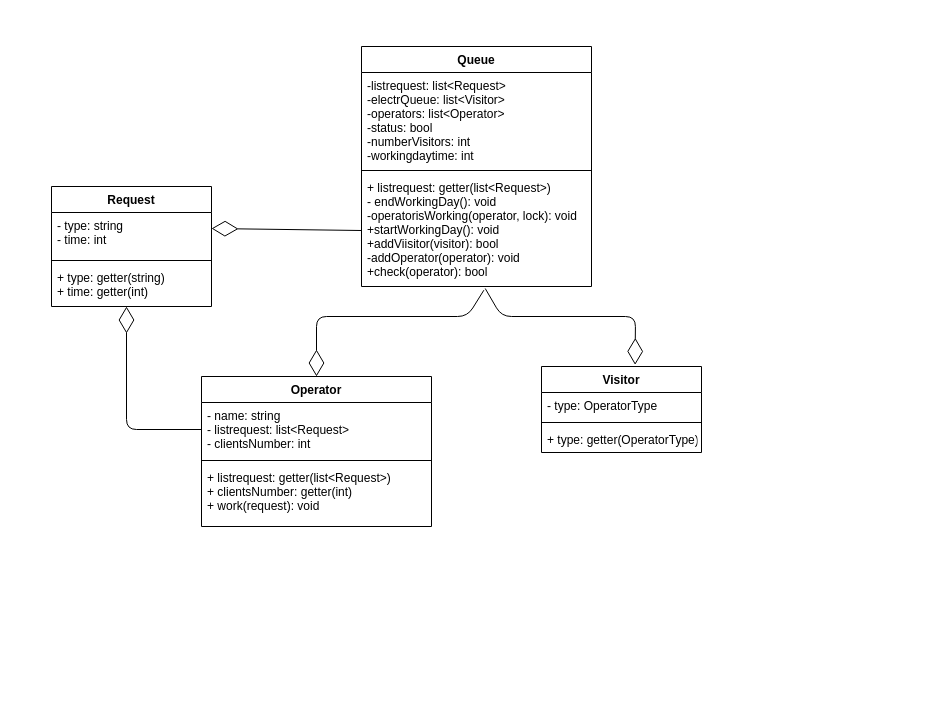
Earlier version of the draw.io diagram 3/draw.drawio (Gremlinden/OOP). Source tidied: cells renumbered, new cells numbered last; positions are measured from the earlier drawing's top-left corner, leaving out a move shared by most shapes. Both pictures are drawn from the tidied source at 100%, with x=0, y=0 at pixel (51, 46).
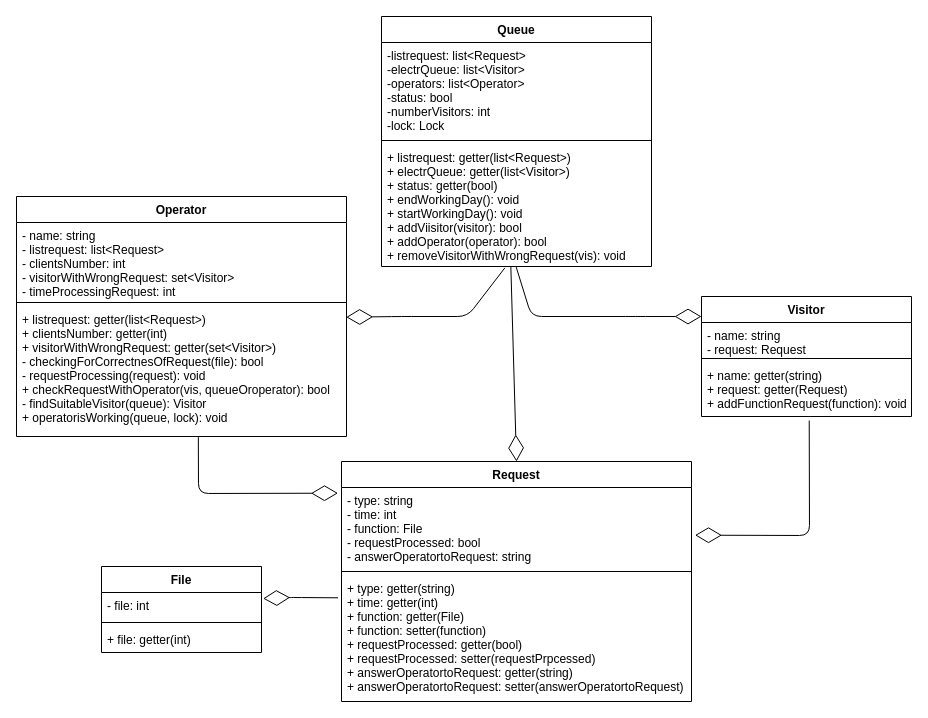
The same page after the edit.

Diff of the diagram source:
```diff
@@
     <mxCell id="2" value="Queue" style="swimlane;fontStyle=1;align=center;verticalAlign=top;horizontal=1;startSize=26;" parent="1" vertex="1">
-      <mxGeometry x="310" width="230" height="240" as="geometry" />
+      <mxGeometry x="330" y="-30" width="270" height="250" as="geometry" />
     </mxCell>
-    <mxCell id="3" value="-listrequest: list&lt;Request&gt;&#10;-electrQueue: list&lt;Visitor&gt;&#10;-operators: list&lt;Operator&gt;&#10;-status: bool&#10;-numberVisitors: int&#10;-workingdaytime: int" style="text;strokeColor=none;fillColor=none;align=left;verticalAlign=top;spacingLeft=4;spacingRight=4;overflow=hidden;" parent="2" vertex="1">
-      <mxGeometry y="26" width="230" height="94" as="geometry" />
+    <mxCell id="3" value="-listrequest: list&lt;Request&gt;&#10;-electrQueue: list&lt;Visitor&gt;&#10;-operators: list&lt;Operator&gt;&#10;-status: bool&#10;-numberVisitors: int&#10;-lock: Lock" style="text;strokeColor=none;fillColor=none;align=left;verticalAlign=top;spacingLeft=4;spacingRight=4;overflow=hidden;" parent="2" vertex="1">
+      <mxGeometry y="26" width="270" height="94" as="geometry" />
     </mxCell>
     <mxCell id="4" style="line;strokeWidth=1;fillColor=none;align=left;verticalAlign=middle;spacingTop=-1;spacingLeft=3;spacingRight=3;labelPosition=right;" parent="2" vertex="1">
-      <mxGeometry y="120" width="230" height="8" as="geometry" />
+      <mxGeometry y="120" width="270" height="8" as="geometry" />
     </mxCell>
-    <mxCell id="5" value="+ listrequest: getter(list&lt;Request&gt;)&#10;- endWorkingDay(): void&#10;-operatorisWorking(operator, lock): void&#10;+startWorkingDay(): void&#10;+addViisitor(visitor): bool&#10;-addOperator(operator): void&#10;+check(operator): bool" style="text;strokeColor=none;fillColor=none;align=left;verticalAlign=top;spacingLeft=4;spacingRight=4;overflow=hidden;points=[[0,0.5],[1,0.5]];portConstraint=eastwest;" parent="2" vertex="1">
-      <mxGeometry y="128" width="230" height="112" as="geometry" />
+    <mxCell id="5" value="+ listrequest: getter(list&lt;Request&gt;)&#10;+ electrQueue: getter(list&lt;Visitor&gt;)&#10;+ status: getter(bool)&#10;+ endWorkingDay(): void&#10;+ startWorkingDay(): void&#10;+ addViisitor(visitor): bool&#10;+ addOperator(operator): bool&#10;+ removeVisitorWithWrongRequest(vis): void" style="text;strokeColor=none;fillColor=none;align=left;verticalAlign=top;spacingLeft=4;spacingRight=4;overflow=hidden;points=[[0,0.5],[1,0.5]];portConstraint=eastwest;" parent="2" vertex="1">
+      <mxGeometry y="128" width="270" height="122" as="geometry" />
     </mxCell>
     <mxCell id="6" value="Operator" style="swimlane;fontStyle=1;align=center;verticalAlign=top;horizontal=1;startSize=26;" parent="1" vertex="1">
-      <mxGeometry x="150" y="330" width="230" height="150" as="geometry" />
+      <mxGeometry x="-35" y="150" width="330" height="240" as="geometry" />
     </mxCell>
-    <mxCell id="7" value="- name: string&#10;- listrequest: list&lt;Request&gt;&#10;- clientsNumber: int" style="text;strokeColor=none;fillColor=none;align=left;verticalAlign=top;spacingLeft=4;spacingRight=4;overflow=hidden;points=[[0,0.5],[1,0.5]];portConstraint=eastwest;" parent="6" vertex="1">
-      <mxGeometry y="26" width="230" height="54" as="geometry" />
+    <mxCell id="7" value="- name: string&#10;- listrequest: list&lt;Request&gt;&#10;- clientsNumber: int&#10;- visitorWithWrongRequest: set&lt;Visitor&gt;&#10;- timeProcessingRequest: int" style="text;strokeColor=none;fillColor=none;align=left;verticalAlign=top;spacingLeft=4;spacingRight=4;overflow=hidden;points=[[0,0.5],[1,0.5]];portConstraint=eastwest;" parent="6" vertex="1">
+      <mxGeometry y="26" width="330" height="76" as="geometry" />
     </mxCell>
     <mxCell id="8" style="line;strokeWidth=1;fillColor=none;align=left;verticalAlign=middle;spacingTop=-1;spacingLeft=3;spacingRight=3;labelPosition=right;" parent="6" vertex="1">
-      <mxGeometry y="80" width="230" height="8" as="geometry" />
+      <mxGeometry y="102" width="330" height="8" as="geometry" />
     </mxCell>
-    <mxCell id="9" value="+ listrequest: getter(list&lt;Request&gt;)&#10;+ clientsNumber: getter(int)&#10;+ work(request): void" style="text;strokeColor=none;fillColor=none;align=left;verticalAlign=top;spacingLeft=4;spacingRight=4;overflow=hidden;points=[[0,0.5],[1,0.5]];portConstraint=eastwest;" parent="6" vertex="1">
-      <mxGeometry y="88" width="230" height="62" as="geometry" />
+    <mxCell id="9" value="+ listrequest: getter(list&lt;Request&gt;)&#10;+ clientsNumber: getter(int)&#10;+ visitorWithWrongRequest: getter(set&lt;Visitor&gt;)&#10;- checkingForСorrectnesOfRequest(file): bool&#10;- requestProcessing(request): void&#10;+ checkRequestWithOperator(vis, queueOroperator): bool&#10;- findSuitableVisitor(queue): Visitor&#10;+ operatorisWorking(queue, lock): void" style="text;strokeColor=none;fillColor=none;align=left;verticalAlign=top;spacingLeft=4;spacingRight=4;overflow=hidden;points=[[0,0.5],[1,0.5]];portConstraint=eastwest;" parent="6" vertex="1">
+      <mxGeometry y="110" width="330" height="130" as="geometry" />
     </mxCell>
     <mxCell id="10" value="Visitor" style="swimlane;fontStyle=1;align=center;verticalAlign=top;horizontal=1;startSize=26;" parent="1" vertex="1">
-      <mxGeometry x="490" y="320" width="160" height="86" as="geometry" />
+      <mxGeometry x="650" y="250" width="210" height="120" as="geometry" />
     </mxCell>
-    <mxCell id="11" value="- type: OperatorType" style="text;strokeColor=none;fillColor=none;align=left;verticalAlign=top;spacingLeft=4;spacingRight=4;overflow=hidden;" parent="10" vertex="1">
-      <mxGeometry y="26" width="160" height="26" as="geometry" />
+    <mxCell id="11" value="- name: string&#10;- request: Request" style="text;strokeColor=none;fillColor=none;align=left;verticalAlign=top;spacingLeft=4;spacingRight=4;overflow=hidden;" parent="10" vertex="1">
+      <mxGeometry y="26" width="210" height="32" as="geometry" />
     </mxCell>
     <mxCell id="12" style="line;strokeWidth=1;fillColor=none;align=left;verticalAlign=middle;spacingTop=-1;spacingLeft=3;spacingRight=3;labelPosition=right;" parent="10" vertex="1">
-      <mxGeometry y="52" width="160" height="8" as="geometry" />
+      <mxGeometry y="58" width="210" height="8" as="geometry" />
     </mxCell>
-    <mxCell id="13" value="+ type: getter(OperatorType)" style="text;strokeColor=none;fillColor=none;align=left;verticalAlign=top;spacingLeft=4;spacingRight=4;overflow=hidden;points=[[0,0.5],[1,0.5]];portConstraint=eastwest;" parent="10" vertex="1">
-      <mxGeometry y="60" width="160" height="26" as="geometry" />
+    <mxCell id="13" value="+ name: getter(string)&#10;+ request: getter(Request)&#10;+ addFunctionRequest(function): void" style="text;strokeColor=none;fillColor=none;align=left;verticalAlign=top;spacingLeft=4;spacingRight=4;overflow=hidden;points=[[0,0.5],[1,0.5]];portConstraint=eastwest;" parent="10" vertex="1">
+      <mxGeometry y="66" width="210" height="54" as="geometry" />
     </mxCell>
-    <mxCell id="14" style="endArrow=diamondThin;endFill=0;endSize=24;html=1;exitX=0.538;exitY=1.018;exitDx=0;exitDy=0;exitPerimeter=0;entryX=0.585;entryY=-0.019;entryDx=0;entryDy=0;entryPerimeter=0;" parent="1" edge="1" source="5" target="10">
+    <mxCell id="14" style="endArrow=diamondThin;endFill=0;endSize=24;html=1;entryX=0;entryY=0.167;entryDx=0;entryDy=0;entryPerimeter=0;exitX=0.499;exitY=1.005;exitDx=0;exitDy=0;exitPerimeter=0;" parent="1" edge="1" source="5" target="10">
       <mxGeometry relative="1" as="geometry">
         <Array as="points">
-          <mxPoint x="450" y="270" />
+          <mxPoint x="480" y="270" />
           <mxPoint x="584" y="270" />
         </Array>
       </mxGeometry>
     </mxCell>
-    <mxCell id="15" style="endArrow=diamondThin;endFill=0;endSize=24;html=1;exitX=0.532;exitY=1.033;exitDx=0;exitDy=0;exitPerimeter=0;entryX=0.5;entryY=0;entryDx=0;entryDy=0;" parent="1" edge="1" source="5" target="6">
+    <mxCell id="15" style="endArrow=diamondThin;endFill=0;endSize=24;html=1;exitX=0.457;exitY=1.011;exitDx=0;exitDy=0;exitPerimeter=0;entryX=0.999;entryY=0.082;entryDx=0;entryDy=0;entryPerimeter=0;" parent="1" edge="1" source="5" target="9">
       <mxGeometry relative="1" as="geometry">
         <Array as="points">
           <mxPoint x="416" y="270" />
-          <mxPoint x="265" y="270" />
+          <mxPoint x="350" y="270" />
         </Array>
       </mxGeometry>
     </mxCell>
     <mxCell id="16" value="Request" style="swimlane;fontStyle=1;align=center;verticalAlign=top;horizontal=1;startSize=26;" parent="1" vertex="1">
-      <mxGeometry y="140" width="160" height="120" as="geometry" />
+      <mxGeometry x="290" y="415" width="350" height="240" as="geometry" />
     </mxCell>
-    <mxCell id="17" value="- type: string&#10;- time: int" style="text;strokeColor=none;fillColor=none;align=left;verticalAlign=top;spacingLeft=4;spacingRight=4;overflow=hidden;points=[[0,0.5],[1,0.5]];portConstraint=eastwest;" parent="16" vertex="1">
-      <mxGeometry y="26" width="160" height="44" as="geometry" />
+    <mxCell id="17" value="- type: string&#10;- time: int&#10;- function: File&#10;- requestProcessed: bool&#10;- answerOperatortoRequest: string" style="text;strokeColor=none;fillColor=none;align=left;verticalAlign=top;spacingLeft=4;spacingRight=4;overflow=hidden;points=[[0,0.5],[1,0.5]];portConstraint=eastwest;" parent="16" vertex="1">
+      <mxGeometry y="26" width="350" height="80" as="geometry" />
     </mxCell>
     <mxCell id="18" style="line;strokeWidth=1;fillColor=none;align=left;verticalAlign=middle;spacingTop=-1;spacingLeft=3;spacingRight=3;labelPosition=right;" parent="16" vertex="1">
-      <mxGeometry y="70" width="160" height="8" as="geometry" />
+      <mxGeometry y="106" width="350" height="8" as="geometry" />
     </mxCell>
-    <mxCell id="19" value="+ type: getter(string)&#10;+ time: getter(int)" style="text;strokeColor=none;fillColor=none;align=left;verticalAlign=top;spacingLeft=4;spacingRight=4;overflow=hidden;points=[[0,0.5],[1,0.5]];portConstraint=eastwest;" parent="16" vertex="1">
-      <mxGeometry y="78" width="160" height="42" as="geometry" />
+    <mxCell id="19" value="+ type: getter(string)&#10;+ time: getter(int)&#10;+ function: getter(File)&#10;+ function: setter(function)&#10;+ requestProcessed: getter(bool)&#10;+ requestProcessed: setter(requestPrpcessed)&#10;+ answerOperatortoRequest: getter(string)&#10;+ answerOperatortoRequest: setter(answerOperatortoRequest)" style="text;strokeColor=none;fillColor=none;align=left;verticalAlign=top;spacingLeft=4;spacingRight=4;overflow=hidden;points=[[0,0.5],[1,0.5]];portConstraint=eastwest;" parent="16" vertex="1">
+      <mxGeometry y="114" width="350" height="126" as="geometry" />
     </mxCell>
-    <mxCell id="20" style="endArrow=diamondThin;endFill=0;endSize=24;html=1;exitX=0;exitY=0.5;exitDx=0;exitDy=0;" parent="1" edge="1" source="5">
-      <mxGeometry relative="1" as="geometry">
-        <mxPoint x="160" y="182" as="targetPoint" />
-      </mxGeometry>
+    <mxCell id="20" style="endArrow=diamondThin;endFill=0;endSize=24;html=1;exitX=0.479;exitY=1;exitDx=0;exitDy=0;exitPerimeter=0;entryX=0.5;entryY=0;entryDx=0;entryDy=0;" parent="1" edge="1" source="5" target="16">
+      <mxGeometry relative="1" as="geometry" />
     </mxCell>
-    <mxCell id="21" style="endArrow=diamondThin;endFill=0;endSize=24;html=1;exitX=0;exitY=0.5;exitDx=0;exitDy=0;" parent="1" edge="1" source="7">
+    <mxCell id="21" style="endArrow=diamondThin;endFill=0;endSize=24;html=1;exitX=0.551;exitY=1.005;exitDx=0;exitDy=0;exitPerimeter=0;entryX=-0.01;entryY=0.071;entryDx=0;entryDy=0;entryPerimeter=0;" parent="1" edge="1" source="9" target="17">
       <mxGeometry relative="1" as="geometry">
-        <mxPoint x="75" y="260" as="targetPoint" />
         <Array as="points">
-          <mxPoint x="75" y="383" />
+          <mxPoint x="147" y="447" />
         </Array>
       </mxGeometry>
     </mxCell>
+    <mxCell id="22" value="File" style="swimlane;fontStyle=1;align=center;verticalAlign=top;horizontal=1;startSize=26;" parent="1" vertex="1">
+      <mxGeometry x="50" y="520" width="160" height="86" as="geometry" />
+    </mxCell>
+    <mxCell id="23" value="- file: int" style="text;strokeColor=none;fillColor=none;align=left;verticalAlign=top;spacingLeft=4;spacingRight=4;overflow=hidden;points=[[0,0.5],[1,0.5]];portConstraint=eastwest;" parent="22" vertex="1">
+      <mxGeometry y="26" width="160" height="26" as="geometry" />
+    </mxCell>
+    <mxCell id="24" style="line;strokeWidth=1;fillColor=none;align=left;verticalAlign=middle;spacingTop=-1;spacingLeft=3;spacingRight=3;labelPosition=right;" parent="22" vertex="1">
+      <mxGeometry y="52" width="160" height="8" as="geometry" />
+    </mxCell>
+    <mxCell id="25" value="+ file: getter(int)" style="text;strokeColor=none;fillColor=none;align=left;verticalAlign=top;spacingLeft=4;spacingRight=4;overflow=hidden;" parent="22" vertex="1">
+      <mxGeometry y="60" width="160" height="26" as="geometry" />
+    </mxCell>
+    <mxCell id="26" style="endArrow=diamondThin;endFill=0;endSize=24;html=1;exitX=0.513;exitY=1.074;exitDx=0;exitDy=0;exitPerimeter=0;entryX=1.01;entryY=0.596;entryDx=0;entryDy=0;entryPerimeter=0;" parent="1" edge="1" source="13" target="17">
+      <mxGeometry relative="1" as="geometry">
+        <Array as="points">
+          <mxPoint x="758" y="489" />
+        </Array>
+      </mxGeometry>
+    </mxCell>
+    <mxCell id="27" style="endArrow=diamondThin;endFill=0;endSize=24;html=1;exitX=-0.01;exitY=0.177;exitDx=0;exitDy=0;exitPerimeter=0;entryX=1.01;entryY=0.231;entryDx=0;entryDy=0;entryPerimeter=0;" parent="1" edge="1" source="19" target="23">
+      <mxGeometry relative="1" as="geometry">
+        <Array as="points">
+          <mxPoint x="240" y="551" />
+        </Array>
+      </mxGeometry>
+    </mxCell>
```
